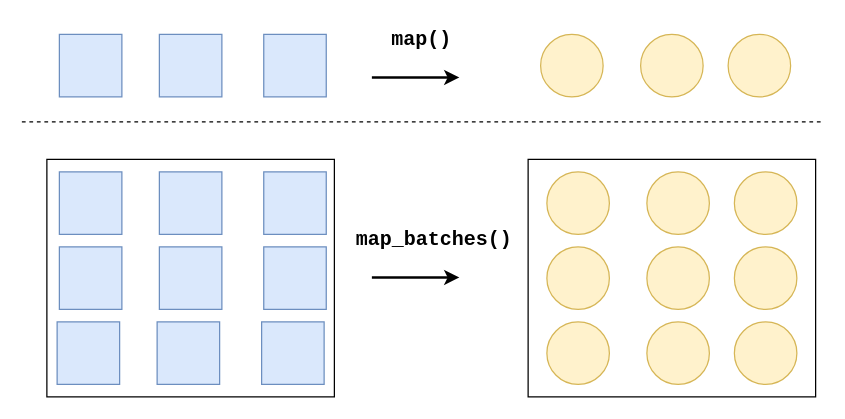
Above: drawio/ch-ray-data/map-map-batches.drawio in godaai/scale-py-zh (draw.io), before the change. Source tidied: cells renumbered, new cells numbered last; positions are measured from the earlier drawing's top-left corner, leaving out a move shared by most shapes. Both pictures are drawn from the tidied source at 125%, with x=0, y=0 at pixel (21, 21).
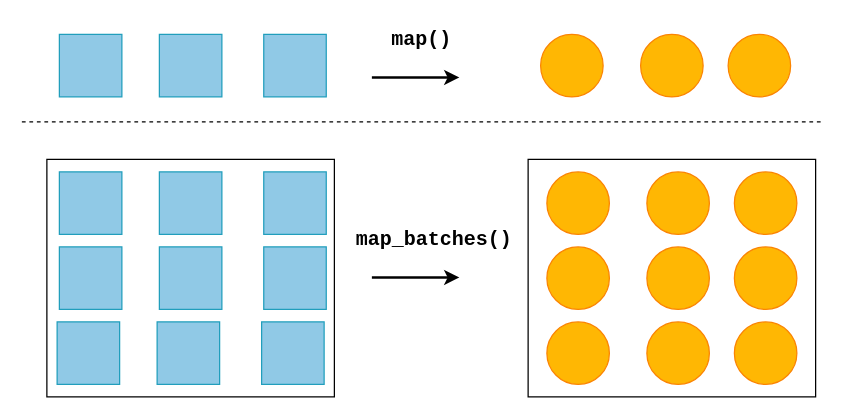
After the change.

Change to the diagram source:
```diff
@@
-    <mxCell id="4" style="whiteSpace=wrap;html=1;fillColor=#dae8fc;strokeColor=#6c8ebf;" parent="1" vertex="1">
+    <mxCell id="4" style="whiteSpace=wrap;html=1;fillColor=#90C9E6;strokeColor=#219EBC;" parent="1" vertex="1">
       <mxGeometry x="30" y="10" width="50" height="50" as="geometry" />
     </mxCell>
-    <mxCell id="5" style="whiteSpace=wrap;html=1;fillColor=#dae8fc;strokeColor=#6c8ebf;" parent="1" vertex="1">
+    <mxCell id="5" style="whiteSpace=wrap;html=1;fillColor=#90C9E6;strokeColor=#219EBC;" parent="1" vertex="1">
       <mxGeometry x="110" y="10" width="50" height="50" as="geometry" />
     </mxCell>
-    <mxCell id="6" style="whiteSpace=wrap;html=1;fillColor=#dae8fc;strokeColor=#6c8ebf;" parent="1" vertex="1">
+    <mxCell id="6" style="whiteSpace=wrap;html=1;fillColor=#90C9E6;strokeColor=#219EBC;" parent="1" vertex="1">
       <mxGeometry x="193.5" y="10" width="50" height="50" as="geometry" />
     </mxCell>
@@
-    <mxCell id="9" style="ellipse;whiteSpace=wrap;html=1;fontFamily=Courier New;fontSize=16;fillColor=#fff2cc;strokeColor=#d6b656;" parent="1" vertex="1">
+    <mxCell id="9" style="ellipse;whiteSpace=wrap;html=1;fontFamily=Courier New;fontSize=16;fillColor=#FFB703;strokeColor=#FB8402;" parent="1" vertex="1">
       <mxGeometry x="415" y="10" width="50" height="50" as="geometry" />
     </mxCell>
-    <mxCell id="10" style="ellipse;whiteSpace=wrap;html=1;fontFamily=Courier New;fontSize=16;fillColor=#fff2cc;strokeColor=#d6b656;" parent="1" vertex="1">
+    <mxCell id="10" style="ellipse;whiteSpace=wrap;html=1;fontFamily=Courier New;fontSize=16;fillColor=#FFB703;strokeColor=#FB8402;" parent="1" vertex="1">
       <mxGeometry x="495" y="10" width="50" height="50" as="geometry" />
     </mxCell>
-    <mxCell id="11" style="ellipse;whiteSpace=wrap;html=1;fontFamily=Courier New;fontSize=16;fillColor=#fff2cc;strokeColor=#d6b656;" parent="1" vertex="1">
+    <mxCell id="11" style="ellipse;whiteSpace=wrap;html=1;fontFamily=Courier New;fontSize=16;fillColor=#FFB703;strokeColor=#FB8402;" parent="1" vertex="1">
       <mxGeometry x="565" y="10" width="50" height="50" as="geometry" />
     </mxCell>
-    <mxCell id="12" style="whiteSpace=wrap;html=1;fillColor=#dae8fc;strokeColor=#6c8ebf;" parent="1" vertex="1">
+    <mxCell id="12" style="whiteSpace=wrap;html=1;fillColor=#90C9E6;strokeColor=#219EBC;" parent="1" vertex="1">
       <mxGeometry x="30" y="120" width="50" height="50" as="geometry" />
     </mxCell>
-    <mxCell id="13" style="whiteSpace=wrap;html=1;fillColor=#dae8fc;strokeColor=#6c8ebf;" parent="1" vertex="1">
+    <mxCell id="13" style="whiteSpace=wrap;html=1;fillColor=#90C9E6;strokeColor=#219EBC;" parent="1" vertex="1">
       <mxGeometry x="110" y="120" width="50" height="50" as="geometry" />
     </mxCell>
-    <mxCell id="14" style="whiteSpace=wrap;html=1;fillColor=#dae8fc;strokeColor=#6c8ebf;" parent="1" vertex="1">
+    <mxCell id="14" style="whiteSpace=wrap;html=1;fillColor=#90C9E6;strokeColor=#219EBC;" parent="1" vertex="1">
       <mxGeometry x="193.5" y="120" width="50" height="50" as="geometry" />
     </mxCell>
@@
-    <mxCell id="17" style="ellipse;whiteSpace=wrap;html=1;fontFamily=Courier New;fontSize=16;fillColor=#fff2cc;strokeColor=#d6b656;" parent="1" vertex="1">
+    <mxCell id="17" style="ellipse;whiteSpace=wrap;html=1;fontFamily=Courier New;fontSize=16;fillColor=#FFB703;strokeColor=#FB8402;" parent="1" vertex="1">
       <mxGeometry x="420" y="120" width="50" height="50" as="geometry" />
     </mxCell>
-    <mxCell id="18" style="ellipse;whiteSpace=wrap;html=1;fontFamily=Courier New;fontSize=16;fillColor=#fff2cc;strokeColor=#d6b656;" parent="1" vertex="1">
+    <mxCell id="18" style="ellipse;whiteSpace=wrap;html=1;fontFamily=Courier New;fontSize=16;fillColor=#FFB703;strokeColor=#FB8402;" parent="1" vertex="1">
       <mxGeometry x="500" y="120" width="50" height="50" as="geometry" />
     </mxCell>
-    <mxCell id="19" style="ellipse;whiteSpace=wrap;html=1;fontFamily=Courier New;fontSize=16;fillColor=#fff2cc;strokeColor=#d6b656;" parent="1" vertex="1">
+    <mxCell id="19" style="ellipse;whiteSpace=wrap;html=1;fontFamily=Courier New;fontSize=16;fillColor=#FFB703;strokeColor=#FB8402;" parent="1" vertex="1">
       <mxGeometry x="570" y="120" width="50" height="50" as="geometry" />
     </mxCell>
-    <mxCell id="20" style="whiteSpace=wrap;html=1;fillColor=#dae8fc;strokeColor=#6c8ebf;" parent="1" vertex="1">
+    <mxCell id="20" style="whiteSpace=wrap;html=1;fillColor=#90C9E6;strokeColor=#219EBC;" parent="1" vertex="1">
       <mxGeometry x="30" y="180" width="50" height="50" as="geometry" />
     </mxCell>
-    <mxCell id="21" style="whiteSpace=wrap;html=1;fillColor=#dae8fc;strokeColor=#6c8ebf;" parent="1" vertex="1">
+    <mxCell id="21" style="whiteSpace=wrap;html=1;fillColor=#90C9E6;strokeColor=#219EBC;" parent="1" vertex="1">
       <mxGeometry x="110" y="180" width="50" height="50" as="geometry" />
     </mxCell>
-    <mxCell id="22" style="whiteSpace=wrap;html=1;fillColor=#dae8fc;strokeColor=#6c8ebf;" parent="1" vertex="1">
+    <mxCell id="22" style="whiteSpace=wrap;html=1;fillColor=#90C9E6;strokeColor=#219EBC;" parent="1" vertex="1">
       <mxGeometry x="193.5" y="180" width="50" height="50" as="geometry" />
     </mxCell>
-    <mxCell id="23" style="whiteSpace=wrap;html=1;fillColor=#dae8fc;strokeColor=#6c8ebf;" parent="1" vertex="1">
+    <mxCell id="23" style="whiteSpace=wrap;html=1;fillColor=#90C9E6;strokeColor=#219EBC;" parent="1" vertex="1">
       <mxGeometry x="28.2" y="240" width="50" height="50" as="geometry" />
     </mxCell>
-    <mxCell id="24" style="whiteSpace=wrap;html=1;fillColor=#dae8fc;strokeColor=#6c8ebf;" parent="1" vertex="1">
+    <mxCell id="24" style="whiteSpace=wrap;html=1;fillColor=#90C9E6;strokeColor=#219EBC;" parent="1" vertex="1">
       <mxGeometry x="108.2" y="240" width="50" height="50" as="geometry" />
     </mxCell>
-    <mxCell id="25" style="whiteSpace=wrap;html=1;fillColor=#dae8fc;strokeColor=#6c8ebf;" parent="1" vertex="1">
+    <mxCell id="25" style="whiteSpace=wrap;html=1;fillColor=#90C9E6;strokeColor=#219EBC;" parent="1" vertex="1">
       <mxGeometry x="191.8" y="240" width="50" height="50" as="geometry" />
     </mxCell>
-    <mxCell id="26" style="ellipse;whiteSpace=wrap;html=1;fontFamily=Courier New;fontSize=16;fillColor=#fff2cc;strokeColor=#d6b656;" parent="1" vertex="1">
+    <mxCell id="26" style="ellipse;whiteSpace=wrap;html=1;fontFamily=Courier New;fontSize=16;fillColor=#FFB703;strokeColor=#FB8402;" parent="1" vertex="1">
       <mxGeometry x="420" y="180" width="50" height="50" as="geometry" />
     </mxCell>
-    <mxCell id="27" style="ellipse;whiteSpace=wrap;html=1;fontFamily=Courier New;fontSize=16;fillColor=#fff2cc;strokeColor=#d6b656;" parent="1" vertex="1">
+    <mxCell id="27" style="ellipse;whiteSpace=wrap;html=1;fontFamily=Courier New;fontSize=16;fillColor=#FFB703;strokeColor=#FB8402;" parent="1" vertex="1">
       <mxGeometry x="500" y="180" width="50" height="50" as="geometry" />
     </mxCell>
-    <mxCell id="28" style="ellipse;whiteSpace=wrap;html=1;fontFamily=Courier New;fontSize=16;fillColor=#fff2cc;strokeColor=#d6b656;" parent="1" vertex="1">
+    <mxCell id="28" style="ellipse;whiteSpace=wrap;html=1;fontFamily=Courier New;fontSize=16;fillColor=#FFB703;strokeColor=#FB8402;" parent="1" vertex="1">
       <mxGeometry x="570" y="180" width="50" height="50" as="geometry" />
     </mxCell>
-    <mxCell id="29" style="ellipse;whiteSpace=wrap;html=1;fontFamily=Courier New;fontSize=16;fillColor=#fff2cc;strokeColor=#d6b656;" parent="1" vertex="1">
+    <mxCell id="29" style="ellipse;whiteSpace=wrap;html=1;fontFamily=Courier New;fontSize=16;fillColor=#FFB703;strokeColor=#FB8402;" parent="1" vertex="1">
       <mxGeometry x="420" y="240" width="50" height="50" as="geometry" />
     </mxCell>
-    <mxCell id="30" style="ellipse;whiteSpace=wrap;html=1;fontFamily=Courier New;fontSize=16;fillColor=#fff2cc;strokeColor=#d6b656;" parent="1" vertex="1">
+    <mxCell id="30" style="ellipse;whiteSpace=wrap;html=1;fontFamily=Courier New;fontSize=16;fillColor=#FFB703;strokeColor=#FB8402;" parent="1" vertex="1">
       <mxGeometry x="500" y="240" width="50" height="50" as="geometry" />
     </mxCell>
-    <mxCell id="31" style="ellipse;whiteSpace=wrap;html=1;fontFamily=Courier New;fontSize=16;fillColor=#fff2cc;strokeColor=#d6b656;" parent="1" vertex="1">
+    <mxCell id="31" style="ellipse;whiteSpace=wrap;html=1;fontFamily=Courier New;fontSize=16;fillColor=#FFB703;strokeColor=#FB8402;" parent="1" vertex="1">
       <mxGeometry x="570" y="240" width="50" height="50" as="geometry" />
     </mxCell>
```
